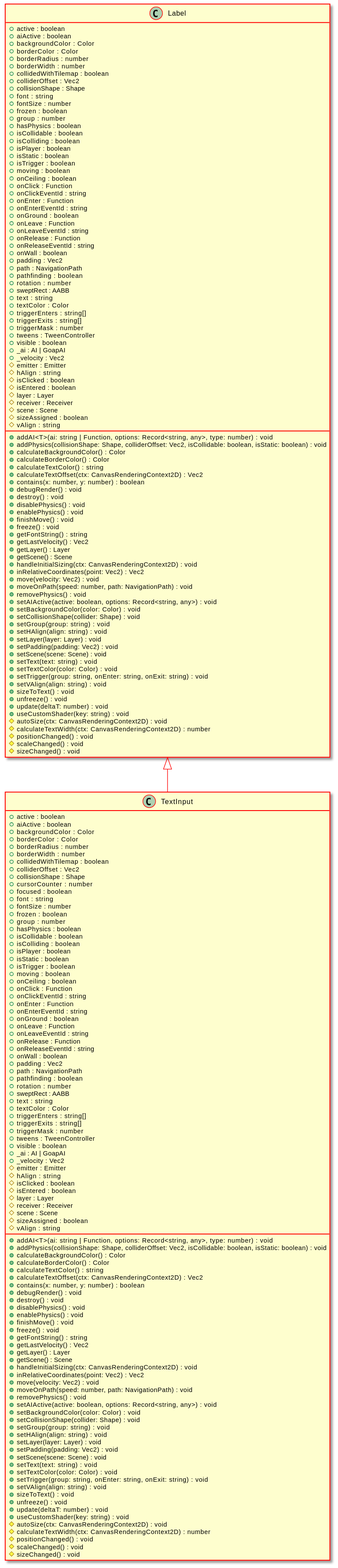
Above: docs/api/assets/TextInput-umlClassDiagram-4843.svg in Test123938/Test2 (PlantUML), before the change.
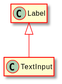
After the change.

What changed in the source:
```diff
@@ -5,204 +5,8 @@
 hide empty methods
 hide empty fields
 class "TextInput" {
-    +active : boolean
-    +aiActive : boolean
-    +backgroundColor : Color
-    +borderColor : Color
-    +borderRadius : number
-    +borderWidth : number
-    +collidedWithTilemap : boolean
-    +colliderOffset : Vec2
-    +collisionShape : Shape
-    +cursorCounter : number
-    +focused : boolean
-    +font : string
-    +fontSize : number
-    +frozen : boolean
-    +group : number
-    +hasPhysics : boolean
-    +isCollidable : boolean
-    +isColliding : boolean
-    +isPlayer : boolean
-    +isStatic : boolean
-    +isTrigger : boolean
-    +moving : boolean
-    +onCeiling : boolean
-    +onClick : Function
-    +onClickEventId : string
-    +onEnter : Function
-    +onEnterEventId : string
-    +onGround : boolean
-    +onLeave : Function
-    +onLeaveEventId : string
-    +onRelease : Function
-    +onReleaseEventId : string
-    +onWall : boolean
-    +padding : Vec2
-    +path : NavigationPath
-    +pathfinding : boolean
-    +rotation : number
-    +sweptRect : AABB
-    +text : string
-    +textColor : Color
-    +triggerEnters : string[]
-    +triggerExits : string[]
-    +triggerMask : number
-    +tweens : TweenController
-    +visible : boolean
-    +_ai : AI | GoapAI
-    +_velocity : Vec2
-    #emitter : Emitter
-    #hAlign : string
-    #isClicked : boolean
-    #isEntered : boolean
-    #layer : Layer
-    #receiver : Receiver
-    #scene : Scene
-    #sizeAssigned : boolean
-    #vAlign : string
-    +addAI<T>(ai: string | Function, options: Record<string, any>, type: number) : void
-    +addPhysics(collisionShape: Shape, colliderOffset: Vec2, isCollidable: boolean, isStatic: boolean) : void
-    +calculateBackgroundColor() : Color
-    +calculateBorderColor() : Color
-    +calculateTextColor() : string
-    +calculateTextOffset(ctx: CanvasRenderingContext2D) : Vec2
-    +contains(x: number, y: number) : boolean
-    +debugRender() : void
-    +destroy() : void
-    +disablePhysics() : void
-    +enablePhysics() : void
-    +finishMove() : void
-    +freeze() : void
-    +getFontString() : string
-    +getLastVelocity() : Vec2
-    +getLayer() : Layer
-    +getScene() : Scene
-    +handleInitialSizing(ctx: CanvasRenderingContext2D) : void
-    +inRelativeCoordinates(point: Vec2) : Vec2
-    +move(velocity: Vec2) : void
-    +moveOnPath(speed: number, path: NavigationPath) : void
-    +removePhysics() : void
-    +setAIActive(active: boolean, options: Record<string, any>) : void
-    +setBackgroundColor(color: Color) : void
-    +setCollisionShape(collider: Shape) : void
-    +setGroup(group: string) : void
-    +setHAlign(align: string) : void
-    +setLayer(layer: Layer) : void
-    +setPadding(padding: Vec2) : void
-    +setScene(scene: Scene) : void
-    +setText(text: string) : void
-    +setTextColor(color: Color) : void
-    +setTrigger(group: string, onEnter: string, onExit: string) : void
-    +setVAlign(align: string) : void
-    +sizeToText() : void
-    +unfreeze() : void
-    +update(deltaT: number) : void
-    +useCustomShader(key: string) : void
-    #autoSize(ctx: CanvasRenderingContext2D) : void
-    #calculateTextWidth(ctx: CanvasRenderingContext2D) : number
-    #positionChanged() : void
-    #scaleChanged() : void
-    #sizeChanged() : void
 }
 class "Label" {
-    +active : boolean
-    +aiActive : boolean
-    +backgroundColor : Color
-    +borderColor : Color
-    +borderRadius : number
-    +borderWidth : number
-    +collidedWithTilemap : boolean
-    +colliderOffset : Vec2
-    +collisionShape : Shape
-    +font : string
-    +fontSize : number
-    +frozen : boolean
-    +group : number
-    +hasPhysics : boolean
-    +isCollidable : boolean
-    +isColliding : boolean
-    +isPlayer : boolean
-    +isStatic : boolean
-    +isTrigger : boolean
-    +moving : boolean
-    +onCeiling : boolean
-    +onClick : Function
-    +onClickEventId : string
-    +onEnter : Function
-    +onEnterEventId : string
-    +onGround : boolean
-    +onLeave : Function
-    +onLeaveEventId : string
-    +onRelease : Function
-    +onReleaseEventId : string
-    +onWall : boolean
-    +padding : Vec2
-    +path : NavigationPath
-    +pathfinding : boolean
-    +rotation : number
-    +sweptRect : AABB
-    +text : string
-    +textColor : Color
-    +triggerEnters : string[]
-    +triggerExits : string[]
-    +triggerMask : number
-    +tweens : TweenController
-    +visible : boolean
-    +_ai : AI | GoapAI
-    +_velocity : Vec2
-    #emitter : Emitter
-    #hAlign : string
-    #isClicked : boolean
-    #isEntered : boolean
-    #layer : Layer
-    #receiver : Receiver
-    #scene : Scene
-    #sizeAssigned : boolean
-    #vAlign : string
-    +addAI<T>(ai: string | Function, options: Record<string, any>, type: number) : void
-    +addPhysics(collisionShape: Shape, colliderOffset: Vec2, isCollidable: boolean, isStatic: boolean) : void
-    +calculateBackgroundColor() : Color
-    +calculateBorderColor() : Color
-    +calculateTextColor() : string
-    +calculateTextOffset(ctx: CanvasRenderingContext2D) : Vec2
-    +contains(x: number, y: number) : boolean
-    +debugRender() : void
-    +destroy() : void
-    +disablePhysics() : void
-    +enablePhysics() : void
-    +finishMove() : void
-    +freeze() : void
-    +getFontString() : string
-    +getLastVelocity() : Vec2
-    +getLayer() : Layer
-    +getScene() : Scene
-    +handleInitialSizing(ctx: CanvasRenderingContext2D) : void
-    +inRelativeCoordinates(point: Vec2) : Vec2
-    +move(velocity: Vec2) : void
-    +moveOnPath(speed: number, path: NavigationPath) : void
-    +removePhysics() : void
-    +setAIActive(active: boolean, options: Record<string, any>) : void
-    +setBackgroundColor(color: Color) : void
-    +setCollisionShape(collider: Shape) : void
-    +setGroup(group: string) : void
-    +setHAlign(align: string) : void
-    +setLayer(layer: Layer) : void
-    +setPadding(padding: Vec2) : void
-    +setScene(scene: Scene) : void
-    +setText(text: string) : void
-    +setTextColor(color: Color) : void
-    +setTrigger(group: string, onEnter: string, onExit: string) : void
-    +setVAlign(align: string) : void
-    +sizeToText() : void
-    +unfreeze() : void
-    +update(deltaT: number) : void
-    +useCustomShader(key: string) : void
-    #autoSize(ctx: CanvasRenderingContext2D) : void
-    #calculateTextWidth(ctx: CanvasRenderingContext2D) : number
-    #positionChanged() : void
-    #scaleChanged() : void
-    #sizeChanged() : void
 }
 "Label" <|-- "TextInput"
 @enduml
```
